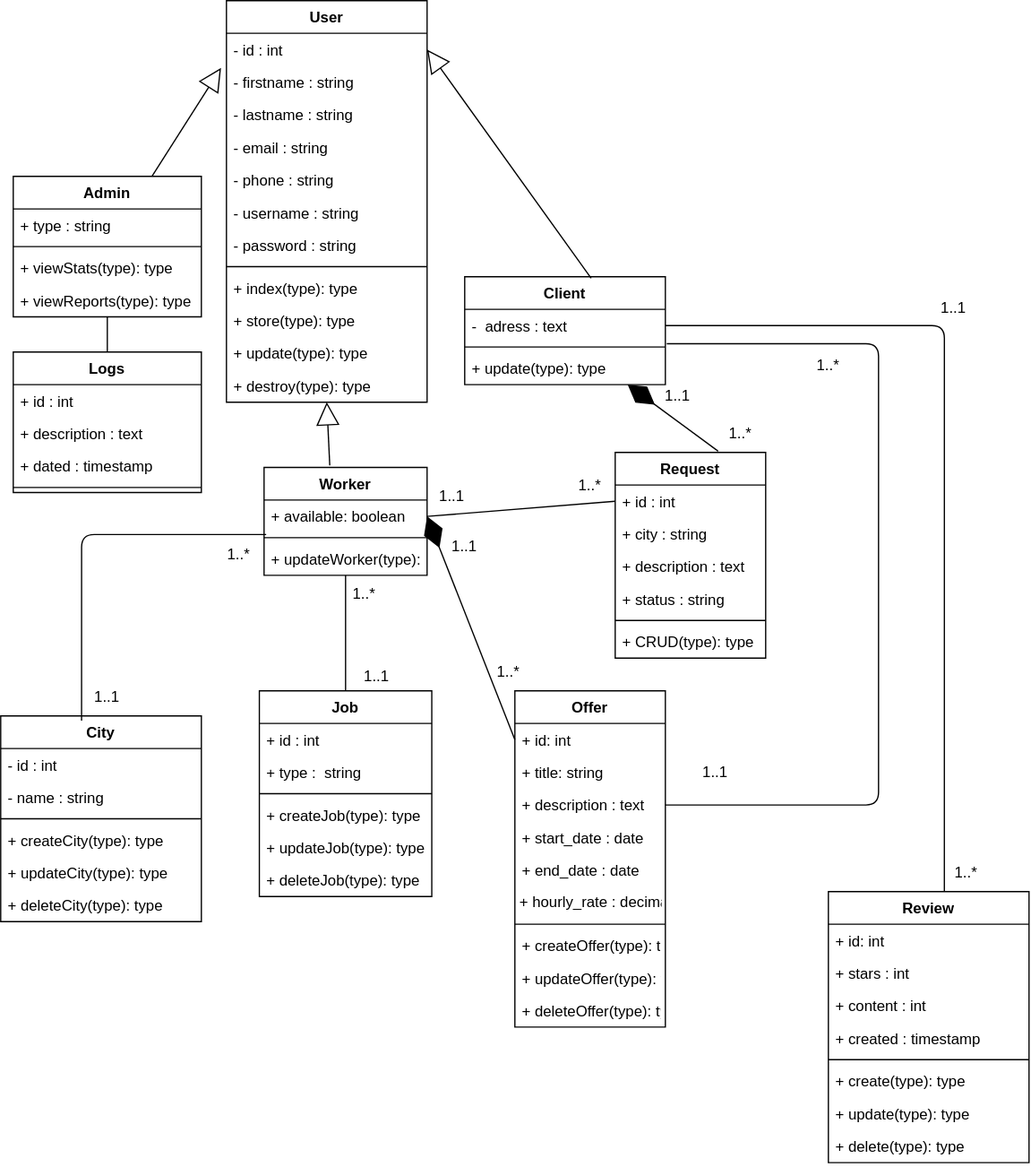
Earlier version of the draw.io export Conception/DCLASSE.drawio.svg (abdelalicode/BRICOOL). Source tidied: cells renumbered, new cells last; positions are measured from the earlier drawing's top-left corner, leaving out a move shared by most shapes.
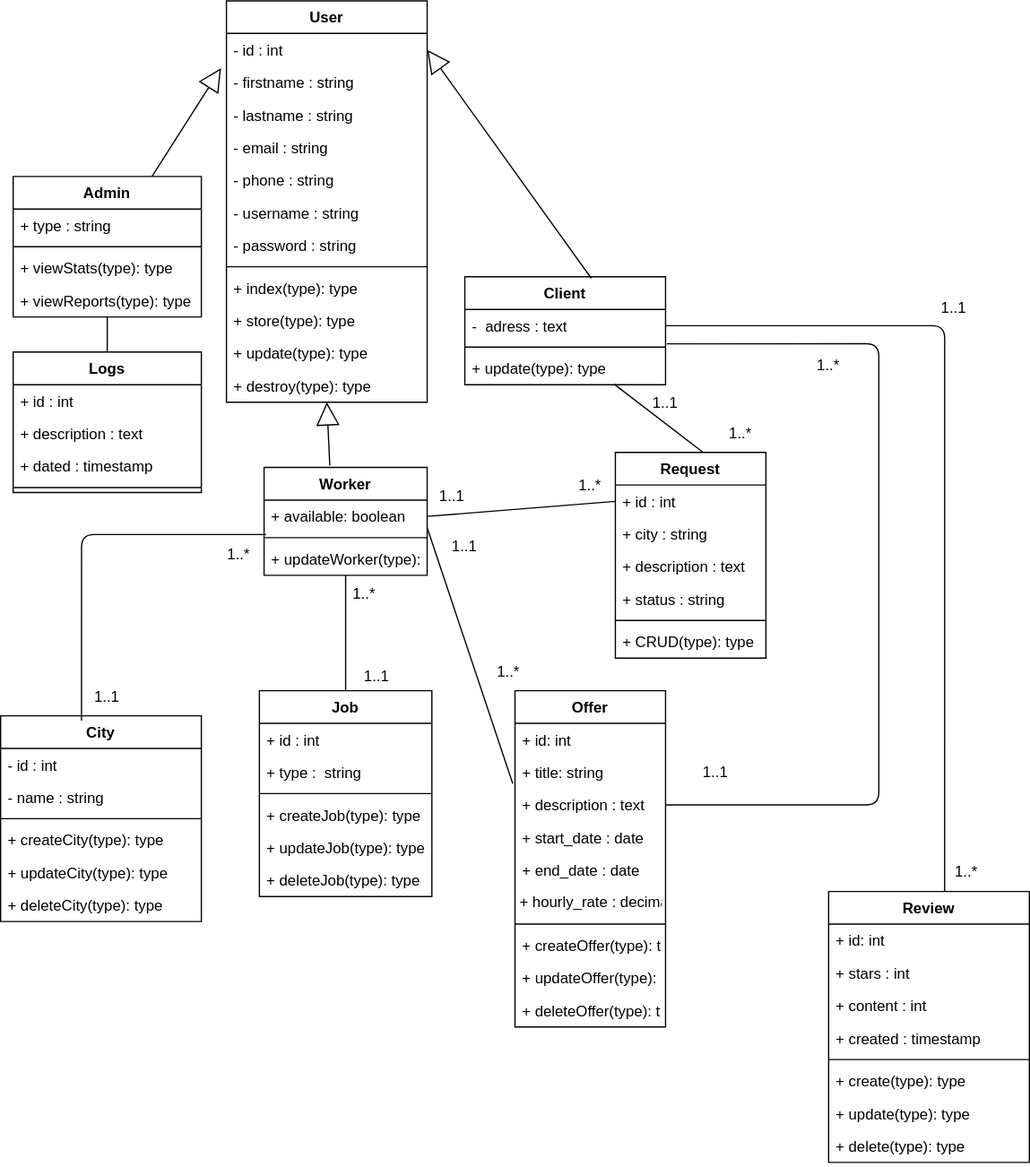
After the change.

Diff of the diagram source:
```diff
@@ -234,12 +234,6 @@
         </Array>
       </mxGeometry>
     </mxCell>
-    <mxCell id="77" style="endArrow=diamondThin;endFill=1;endSize=24;html=1;entryX=0.812;entryY=1;entryDx=0;entryDy=0;entryPerimeter=0;exitX=0.684;exitY=-0.006;exitDx=0;exitDy=0;exitPerimeter=0;" parent="1" edge="1" source="42" target="14">
-      <mxGeometry relative="1" as="geometry" />
-    </mxCell>
-    <mxCell id="78" style="endArrow=diamondThin;endFill=1;endSize=24;html=1;exitX=0;exitY=0.5;exitDx=0;exitDy=0;entryX=1;entryY=0.5;entryDx=0;entryDy=0;" parent="1" edge="1" source="65" target="8">
-      <mxGeometry relative="1" as="geometry" />
-    </mxCell>
     <mxCell id="79" value="Logs" style="swimlane;fontStyle=1;align=center;verticalAlign=top;horizontal=1;startSize=26;" parent="1" vertex="1">
       <mxGeometry x="10" y="280" width="150" height="112" as="geometry" />
     </mxCell>
@@ -268,7 +262,7 @@
       <mxGeometry x="560" y="330" width="60" height="30" as="geometry" />
     </mxCell>
     <mxCell id="88" value="1..1" style="text;html=1;strokeColor=none;fillColor=none;align=center;verticalAlign=middle;whiteSpace=wrap;rounded=0;" parent="1" vertex="1">
-      <mxGeometry x="510" y="300" width="60" height="30" as="geometry" />
+      <mxGeometry x="500" y="306" width="60" height="30" as="geometry" />
     </mxCell>
     <mxCell id="89" value="1..1" style="text;html=1;strokeColor=none;fillColor=none;align=center;verticalAlign=middle;whiteSpace=wrap;rounded=0;" parent="1" vertex="1">
       <mxGeometry x="330" y="380" width="60" height="30" as="geometry" />
@@ -300,5 +294,11 @@
     <mxCell id="98" value="1..*" style="text;html=1;strokeColor=none;fillColor=none;align=center;verticalAlign=middle;whiteSpace=wrap;rounded=0;" parent="1" vertex="1">
       <mxGeometry x="630" y="276" width="60" height="30" as="geometry" />
     </mxCell>
+    <mxCell id="99" style="endArrow=none;html=1;entryX=0;entryY=0;entryDx=0;entryDy=0;exitX=-0.015;exitY=0.846;exitDx=0;exitDy=0;exitPerimeter=0;" parent="1" edge="1" source="66" target="90">
+      <mxGeometry relative="1" as="geometry" />
+    </mxCell>
+    <mxCell id="100" style="endArrow=none;html=1;entryX=0.744;entryY=0.985;entryDx=0;entryDy=0;exitX=0;exitY=1;exitDx=0;exitDy=0;entryPerimeter=0;" parent="1" edge="1" source="87" target="14">
+      <mxGeometry relative="1" as="geometry" />
+    </mxCell>
   </root>
 </mxGraphModel>
```
